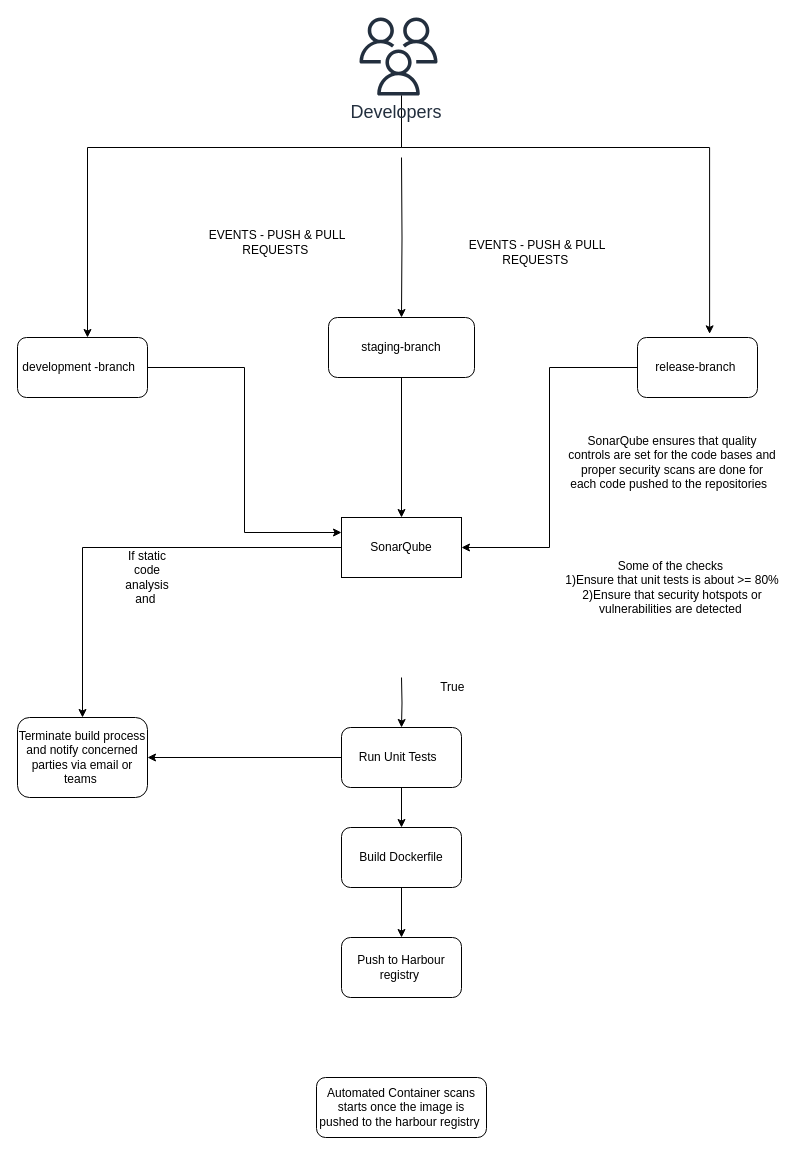
Before: icurity.drawio in tyger-rareatom/consulting-architectures, a draw.io diagram. Source tidied: cells renumbered, new cells numbered last; positions are measured from the earlier drawing's top-left corner, leaving out a move shared by most shapes. Both pictures are drawn from the tidied source at 100%, with x=0, y=0 at pixel (17, 17).
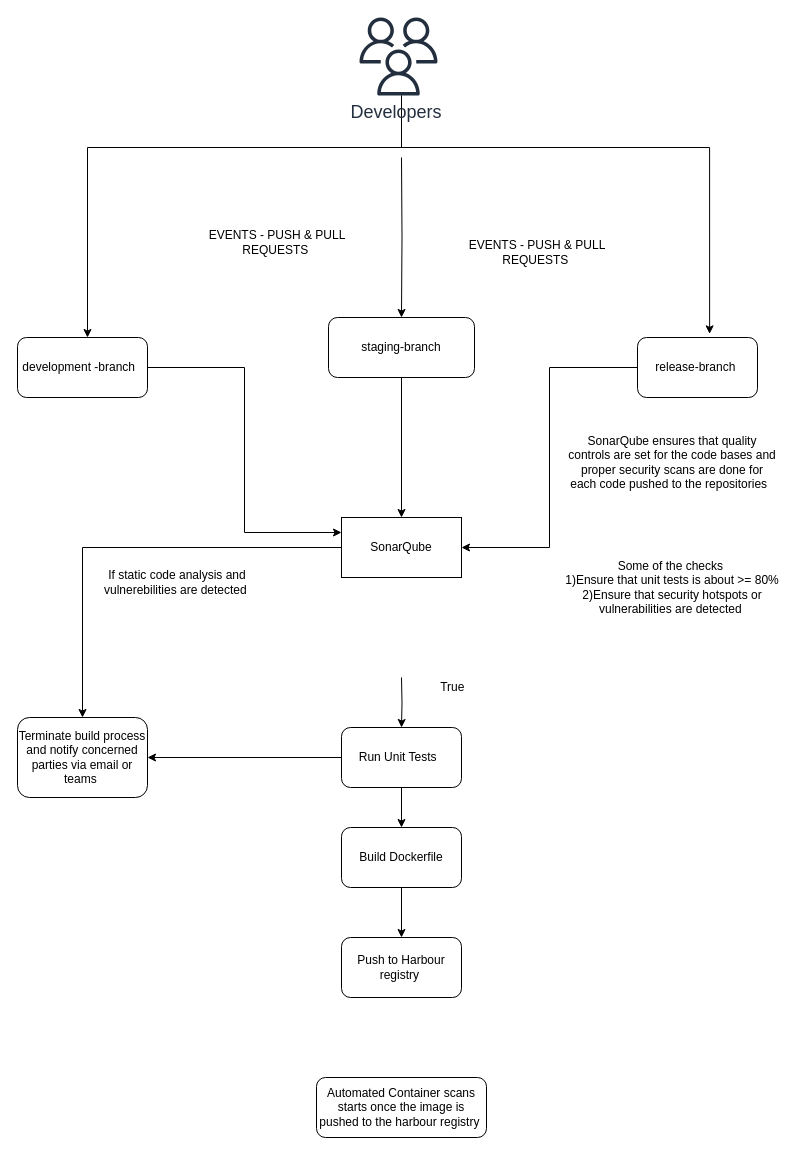
After the change.

Commit message:
vulnerability scans

Change to the diagram source:
```diff
@@
-    <mxCell id="24" value="If static code analysis and&amp;nbsp;" style="text;html=1;strokeColor=none;fillColor=none;align=center;verticalAlign=middle;whiteSpace=wrap;rounded=0;" parent="1" vertex="1">
-      <mxGeometry x="110" y="550" width="40" height="20" as="geometry" />
+    <mxCell id="24" value="If static code analysis and vulnerebilities are detected&amp;nbsp;" style="text;html=1;strokeColor=none;fillColor=none;align=center;verticalAlign=middle;whiteSpace=wrap;rounded=0;" parent="1" vertex="1">
+      <mxGeometry x="60" y="540" width="200" height="50" as="geometry" />
     </mxCell>
```
